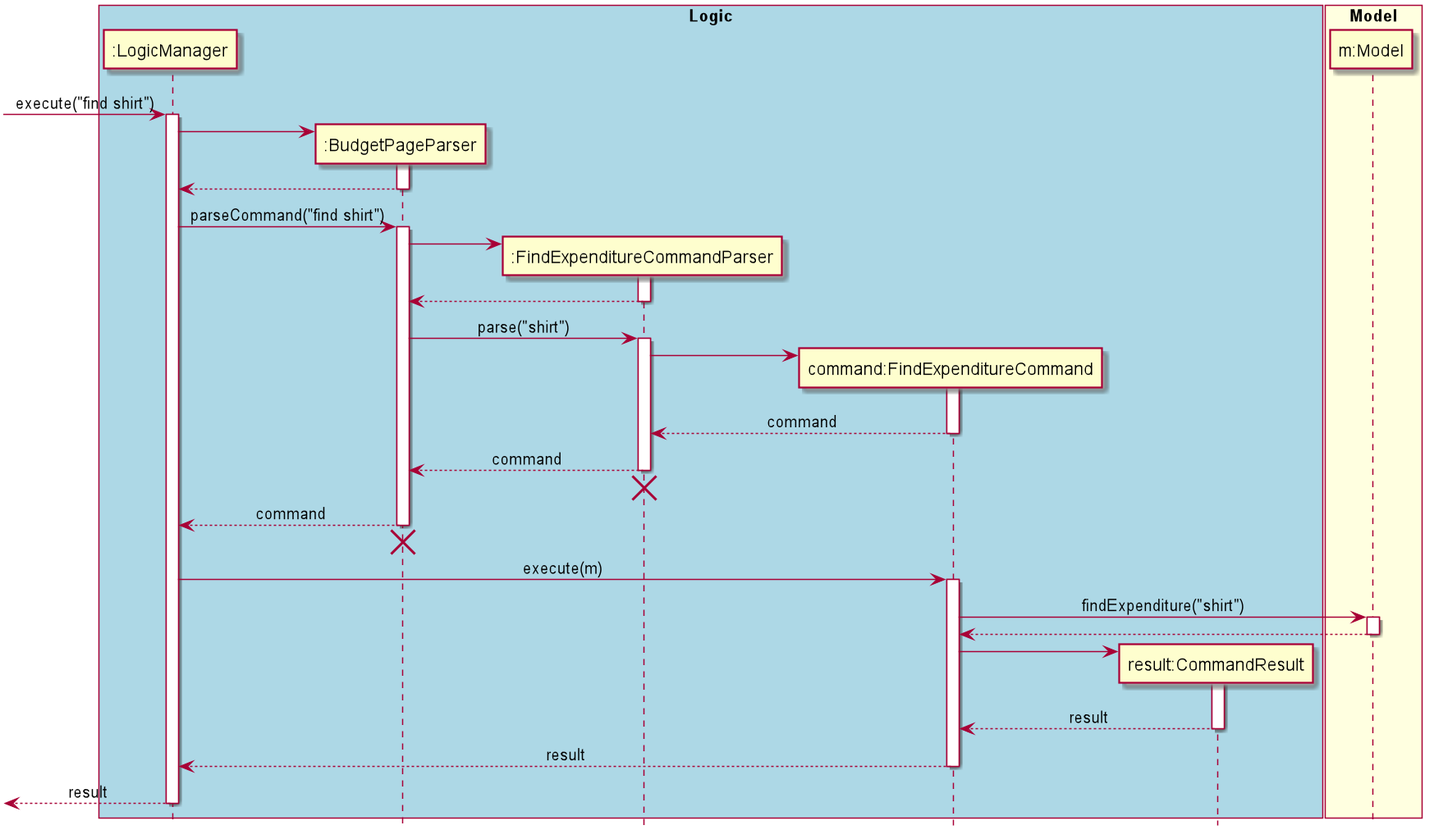
Above: docs/diagrams/commandsPlantUML/diagram/FindExpenditureCommand.png in yu-ming-chen/tp (PlantUML), before the change.
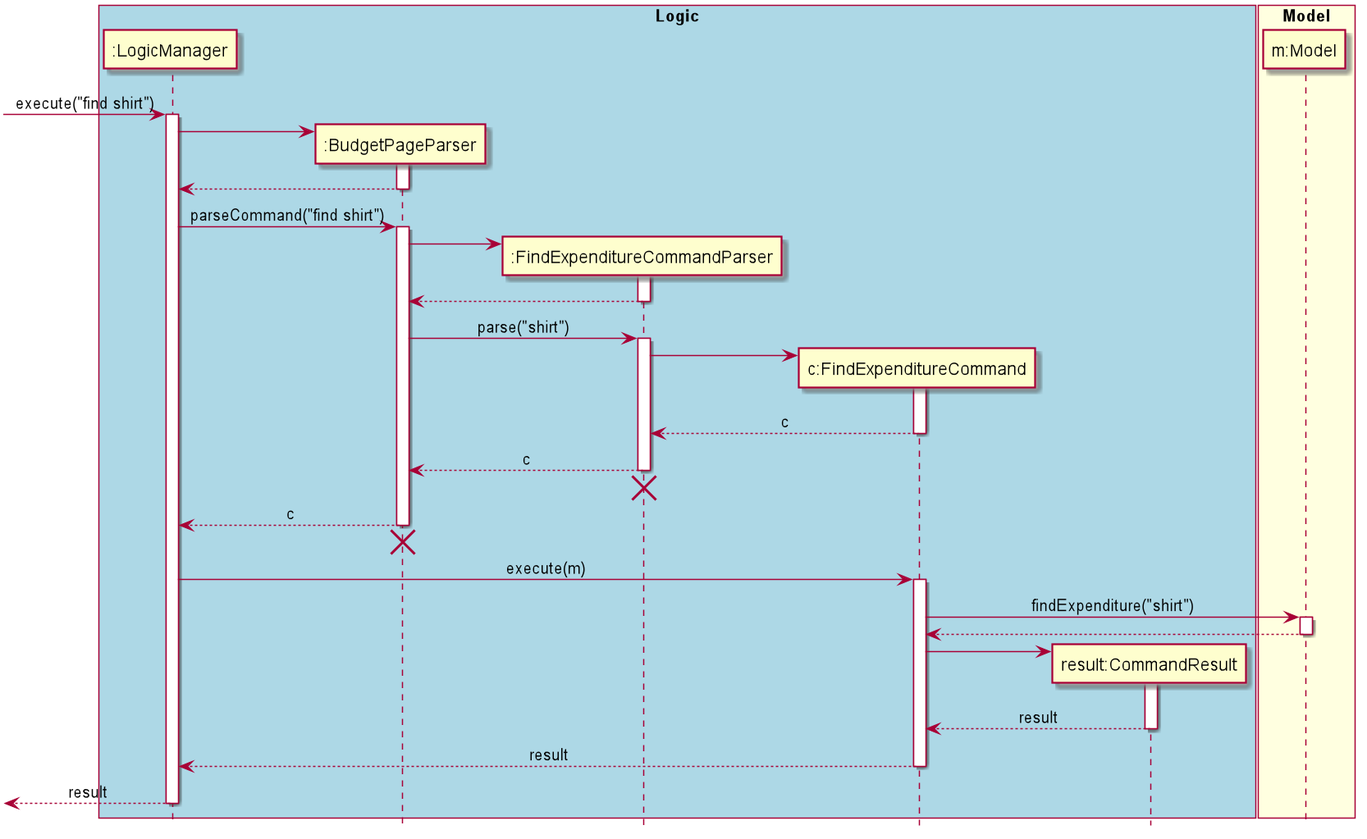
After the change.

Diff of the diagram source:
```diff
@@ -7,7 +7,7 @@
 participant ":LogicManager" as LM
 participant ":BudgetPageParser" as BPP
 participant ":FindExpenditureCommandParser" as FECP
-participant "command:FindExpenditureCommand" as FEC
+participant "c:FindExpenditureCommand" as FEC
 participant "result:CommandResult" as CR
 end box
 
@@ -39,16 +39,16 @@
 create FEC
 FECP -> FEC
 activate FEC
-FECP <-- FEC : command
+FECP <-- FEC : c
 deactivate FEC
 
-BPP <-- FECP : command
+BPP <-- FECP : c
 deactivate FECP
 BPP <-[hidden]- FECP
 destroy FECP
 
 
-LM <-- BPP : command
+LM <-- BPP : c
 deactivate BPP
 LM <-[hidden]- BPP
 destroy BPP
```
